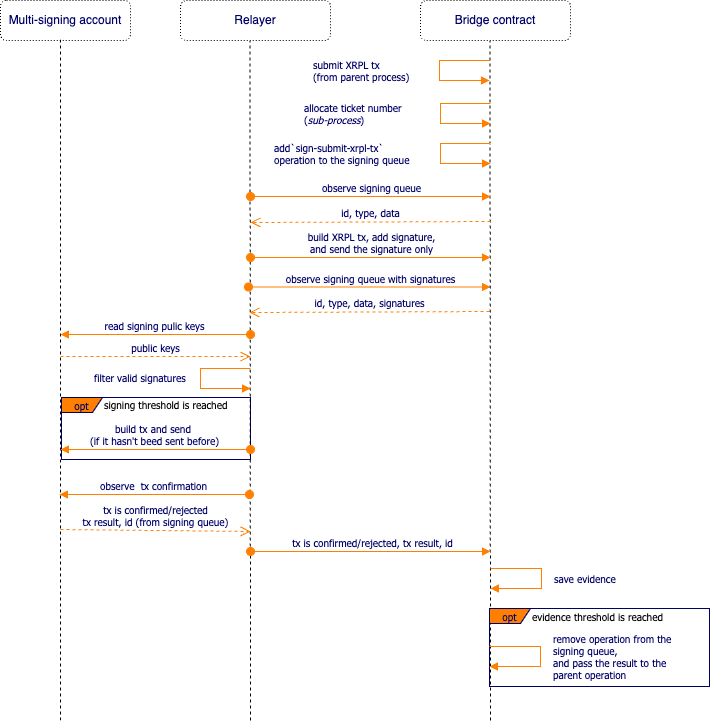
Before: spec/img/submit-xrpl-tx.png, a diagram exported from draw.io (CoreumFoundation/coreumbridge-xrpl). Source tidied: cells renumbered, new cells last; positions are measured from the earlier drawing's top-left corner, leaving out a move shared by most shapes.
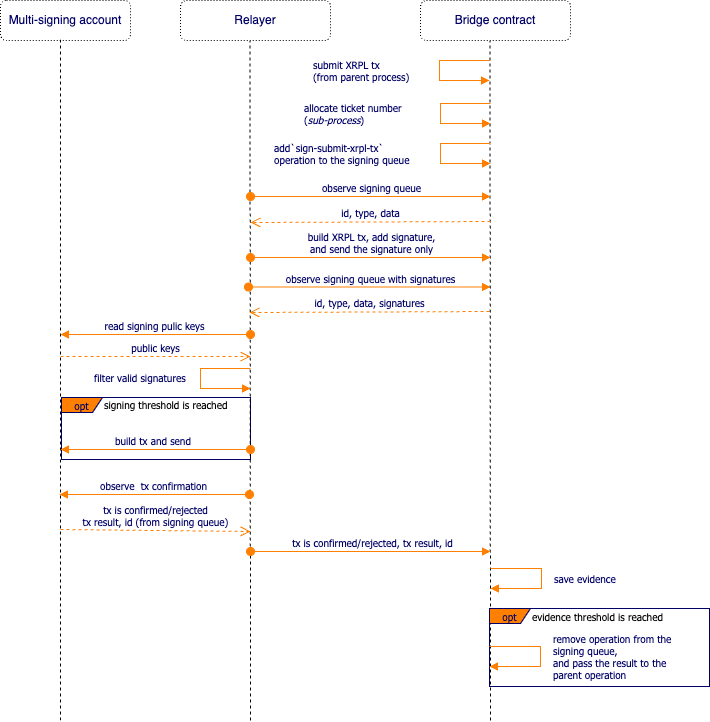
The same diagram one commit later.

What changed in the source:
```diff
@@ -59,7 +59,7 @@
         <mxPoint x="250" y="222" as="targetPoint" />
       </mxGeometry>
     </mxCell>
-    <mxCell id="15" value="build tx and send&amp;nbsp;&lt;br&gt;(if it hasn't beed sent before)" style="html=1;verticalAlign=bottom;startArrow=oval;startFill=1;endArrow=block;startSize=8;strokeColor=#FF8000;fontFamily=Tahoma;fontSize=10;fontColor=#000066;" parent="1" edge="1">
+    <mxCell id="15" value="build tx and send&amp;nbsp;" style="html=1;verticalAlign=bottom;startArrow=oval;startFill=1;endArrow=block;startSize=8;strokeColor=#FF8000;fontFamily=Tahoma;fontSize=10;fontColor=#000066;" parent="1" edge="1">
       <mxGeometry x="0.01" relative="1" as="geometry">
         <mxPoint x="250" y="449" as="sourcePoint" />
         <mxPoint x="60" y="449" as="targetPoint" />
```
